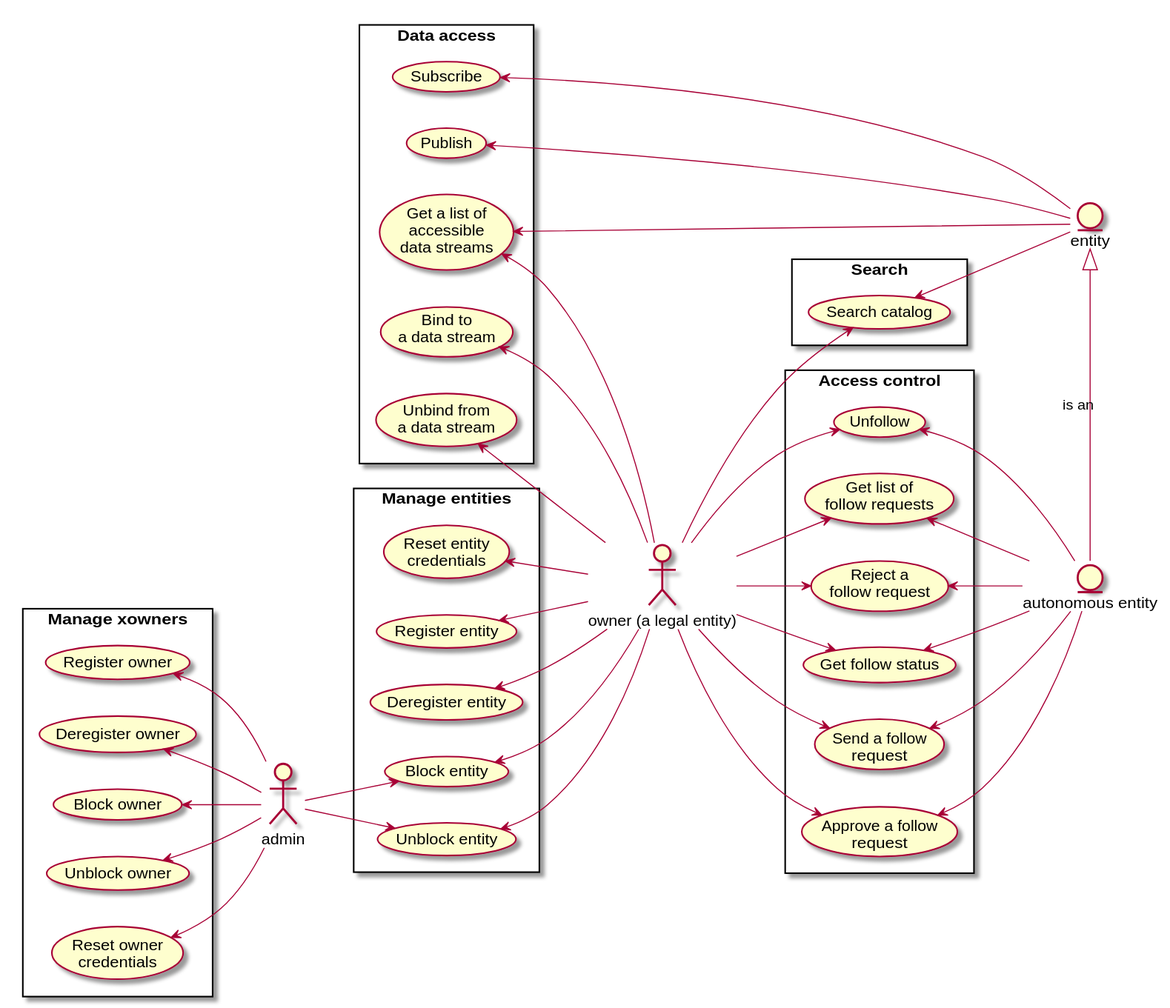
This is DOCS/usecase-diagrams/uc.svg from rbccps-iisc/corinthian, a PlantUML export, as it was before one commit.
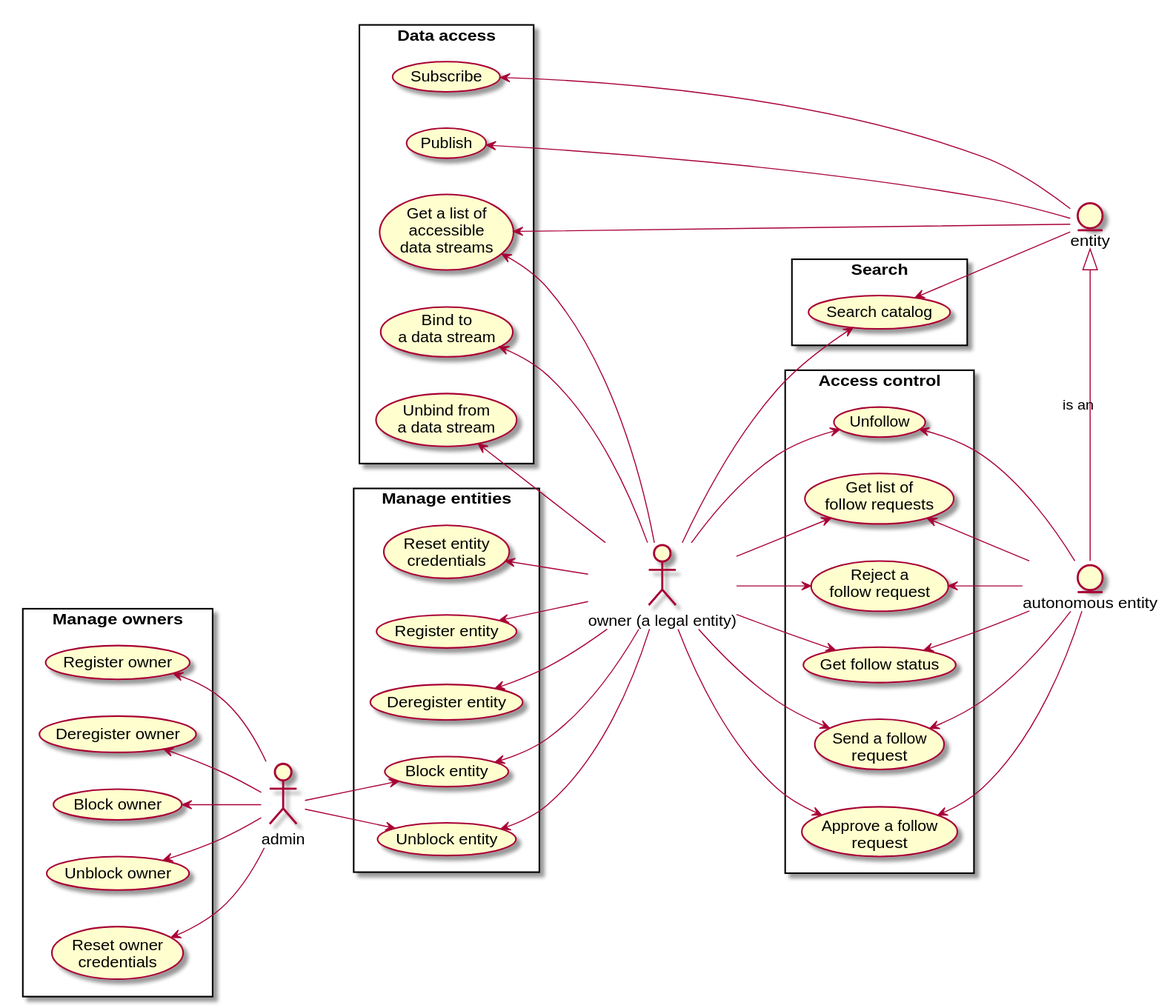
Above is the later version.

Diff of the diagram source:
```diff
@@ -4,7 +4,7 @@
 actor owner as "owner (a legal entity)"
 
 
-rectangle "Manage xowners" {
+rectangle "Manage owners" {
 
 	(Register owner)
 	(Deregister owner)
```
